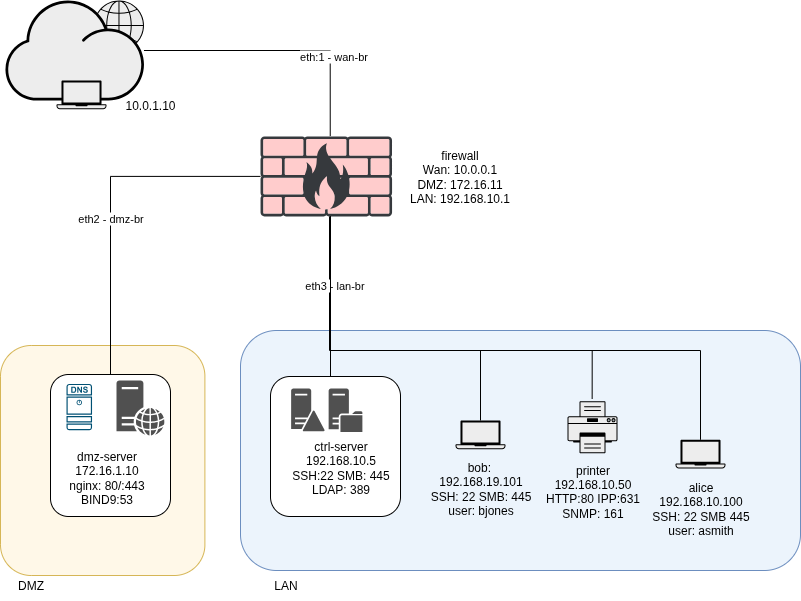
nsak-team/nsak keeps this draw.io diagram as docs/thesis/assets/diagrams/virtual-environments/virtual-environments.drawio.png. Above is the earlier version. Source tidied: cells renumbered, new cells last; positions are measured from the earlier drawing's top-left corner, leaving out a move shared by most shapes.
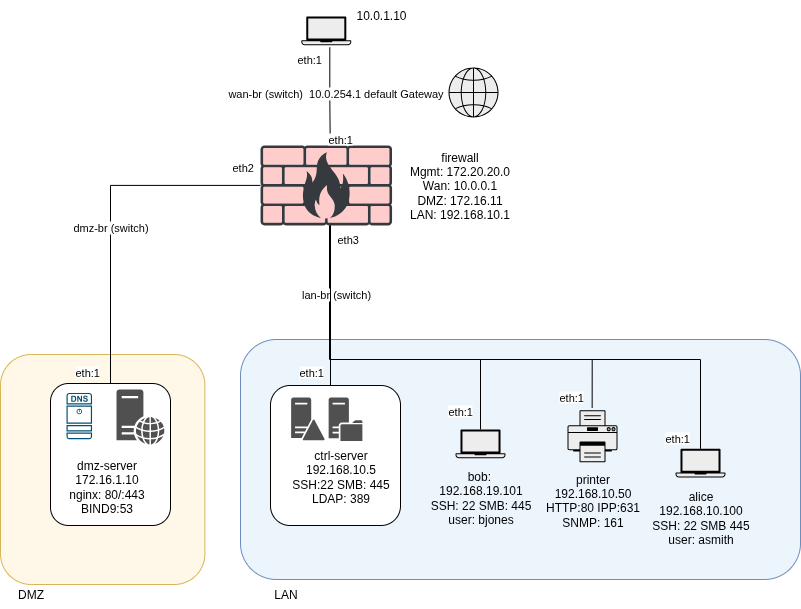
The same diagram one commit later.

The edit, as a diff of the source:
```diff
@@ -6,25 +6,22 @@
       <mxGeometry x="260" y="135.9" width="131.6" height="80" as="geometry" />
     </mxCell>
     <mxCell id="3" style="shape=mxgraph.networks2.icon;fillColor=#EDEDED;strokeColor=#000000;gradientColor=#5B6163;network2IconShadow=1;network2bgFillColor=none;labelPosition=center;verticalLabelPosition=bottom;align=center;verticalAlign=top;network2Icon=mxgraph.networks2.globe;network2IconW=1;network2IconH=1;" parent="1" vertex="1">
-      <mxGeometry x="93.5" width="50" height="50" as="geometry" />
+      <mxGeometry x="448" y="58" width="50" height="50" as="geometry" />
     </mxCell>
     <mxCell id="4" style="rounded=1;whiteSpace=wrap;html=1;fillColor=#FFF8E8;strokeColor=#d6b656;" parent="1" vertex="1">
       <mxGeometry y="345" width="204.4" height="230" as="geometry" />
     </mxCell>
-    <mxCell id="5" style="shape=mxgraph.networks2.icon;fillColor=#EDEDED;strokeColor=#000000;gradientColor=#5B6163;network2IconShadow=1;network2bgFillColor=none;labelPosition=center;verticalLabelPosition=bottom;align=center;verticalAlign=top;network2Icon=mxgraph.networks2.cloud;network2IconYOffset=-0.08;network2IconW=1.0004;network2IconH=0.7222;" parent="1" vertex="1">
-      <mxGeometry x="5" width="138.5" height="100" as="geometry" />
-    </mxCell>
     <mxCell id="6" style="shape=mxgraph.networks2.icon;fillColor=#EDEDED;strokeColor=#000000;gradientColor=#5B6163;network2IconShadow=1;network2bgFillColor=none;labelPosition=center;verticalLabelPosition=bottom;align=center;verticalAlign=top;network2Icon=mxgraph.networks2.laptop;network2IconW=1;network2IconH=0.5734;" parent="1" vertex="1">
-      <mxGeometry x="56" y="80" width="50" height="28.7" as="geometry" />
+      <mxGeometry x="300.8" y="7" width="50" height="28.7" as="geometry" />
     </mxCell>
     <mxCell id="7" style="rounded=1;whiteSpace=wrap;html=1;fillColor=#ECF4FC;strokeColor=#6c8ebf;" parent="1" vertex="1">
       <mxGeometry x="240" y="330" width="560" height="240" as="geometry" />
     </mxCell>
-    <mxCell id="8" value="&lt;div&gt;firewall&lt;/div&gt;Wan: 10.0.0.1&lt;div&gt;DMZ: 172.16.11&lt;/div&gt;&lt;div&gt;LAN: 192.168.10.1&lt;/div&gt;" style="text;html=1;align=center;verticalAlign=middle;whiteSpace=wrap;rounded=0;" parent="1" vertex="1">
+    <mxCell id="8" value="&lt;div&gt;firewall&lt;/div&gt;&lt;div&gt;Mgmt: 172.20.20.0&lt;/div&gt;Wan: 10.0.0.1&lt;div&gt;DMZ: 172.16.11&lt;/div&gt;&lt;div&gt;LAN: 192.168.10.1&lt;/div&gt;" style="text;html=1;align=center;verticalAlign=middle;whiteSpace=wrap;rounded=0;" parent="1" vertex="1">
       <mxGeometry x="389" y="137.9" width="141" height="75.9" as="geometry" />
     </mxCell>
     <mxCell id="9" value="10.0.1.10" style="text;html=1;align=center;verticalAlign=middle;whiteSpace=wrap;rounded=0;" parent="1" vertex="1">
-      <mxGeometry x="120" y="90" width="60" height="30" as="geometry" />
+      <mxGeometry x="350.8" y="-9" width="60" height="30" as="geometry" />
     </mxCell>
     <mxCell id="10" value="DMZ" style="text;html=1;align=center;verticalAlign=middle;strokeColor=none;fillColor=none;" parent="1" vertex="1">
       <mxGeometry x="5" y="570" width="50" height="30" as="geometry" />
@@ -99,7 +96,7 @@
     <mxCell id="29" style="edgeStyle=orthogonalEdgeStyle;rounded=0;jettySize=auto;html=1;endArrow=none;endFill=0;" parent="1" edge="1" source="2" target="22">
       <mxGeometry relative="1" as="geometry" />
     </mxCell>
-    <mxCell id="30" value="eth2 - dmz-br" style="edgeLabel;html=1;align=center;verticalAlign=middle;" parent="29" vertex="1">
+    <mxCell id="30" value="dmz-br (switch)" style="edgeLabel;html=1;align=center;verticalAlign=middle;" parent="29" vertex="1">
       <mxGeometry x="0.1" y="-1" relative="1" as="geometry" />
     </mxCell>
     <mxCell id="31" style="edgeStyle=orthogonalEdgeStyle;rounded=0;jettySize=auto;html=1;entryX=0.5;entryY=0;entryDx=0;entryDy=0;endArrow=none;endFill=0;" parent="1" edge="1" source="2" target="36">
@@ -109,14 +106,18 @@
         </Array>
       </mxGeometry>
     </mxCell>
-    <mxCell id="32" value="eth3 - lan-br" style="edgeLabel;html=1;align=center;verticalAlign=middle;" parent="31" vertex="1">
+    <mxCell id="32" value="&amp;nbsp;lan-br (switch)" style="edgeLabel;html=1;align=center;verticalAlign=middle;" parent="31" vertex="1">
       <mxGeometry x="-0.59" y="3" relative="1" as="geometry" />
     </mxCell>
-    <mxCell id="33" style="edgeStyle=orthogonalEdgeStyle;rounded=0;jettySize=auto;html=1;entryX=0.53;entryY=-0.004;entryDx=0;entryDy=0;entryPerimeter=0;endArrow=none;endFill=0;" parent="1" edge="1" source="5" target="2">
-      <mxGeometry relative="1" as="geometry" />
+    <mxCell id="33" style="edgeStyle=orthogonalEdgeStyle;rounded=0;jettySize=auto;html=1;entryX=0.53;entryY=-0.004;entryDx=0;entryDy=0;entryPerimeter=0;endArrow=none;endFill=0;" parent="1" edge="1" target="2">
+      <mxGeometry relative="1" as="geometry">
+        <mxPoint x="329.3" y="38" as="sourcePoint" />
+      </mxGeometry>
     </mxCell>
-    <mxCell id="34" value="eth:1 - wan-br" style="edgeLabel;html=1;align=center;verticalAlign=middle;" parent="33" vertex="1">
-      <mxGeometry x="0.41" y="3" relative="1" as="geometry" />
+    <mxCell id="34" value="wan-br (switch)&amp;nbsp; 10.0.254.1 default Gateway" style="edgeLabel;html=1;align=center;verticalAlign=middle;" parent="33" vertex="1">
+      <mxGeometry x="0.41" y="3" relative="1" as="geometry">
+        <mxPoint x="2" y="-23" as="offset" />
+      </mxGeometry>
     </mxCell>
     <mxCell id="35" style="group;" parent="1" vertex="1">
       <mxGeometry x="270" y="376" width="130" height="140" as="geometry" />
@@ -144,5 +145,32 @@
         </Array>
       </mxGeometry>
     </mxCell>
+    <mxCell id="42" value="&lt;span style=&quot;color: rgb(0, 0, 0); font-family: Helvetica; font-size: 11px; font-style: normal; font-variant-ligatures: normal; font-variant-caps: normal; font-weight: 400; letter-spacing: normal; orphans: 2; text-align: center; text-indent: 0px; text-transform: none; widows: 2; word-spacing: 0px; -webkit-text-stroke-width: 0px; white-space: nowrap; background-color: rgb(255, 255, 255); text-decoration-thickness: initial; text-decoration-style: initial; text-decoration-color: initial; display: inline !important; float: none;&quot;&gt;eth:1&lt;/span&gt;" style="text;whiteSpace=wrap;html=1;" parent="1" vertex="1">
+      <mxGeometry x="326" y="116" width="52" height="36" as="geometry" />
+    </mxCell>
+    <mxCell id="43" value="&lt;span style=&quot;color: rgb(0, 0, 0); font-family: Helvetica; font-size: 11px; font-style: normal; font-variant-ligatures: normal; font-variant-caps: normal; font-weight: 400; letter-spacing: normal; orphans: 2; text-align: center; text-indent: 0px; text-transform: none; widows: 2; word-spacing: 0px; -webkit-text-stroke-width: 0px; white-space: nowrap; background-color: rgb(255, 255, 255); text-decoration-thickness: initial; text-decoration-style: initial; text-decoration-color: initial; display: inline !important; float: none;&quot;&gt;eth2&lt;span&gt;&amp;nbsp;&lt;/span&gt;&lt;/span&gt;" style="text;whiteSpace=wrap;html=1;" parent="1" vertex="1">
+      <mxGeometry x="230" y="144" width="27" height="27" as="geometry" />
+    </mxCell>
+    <mxCell id="44" value="&lt;span style=&quot;color: rgb(0, 0, 0); font-family: Helvetica; font-size: 11px; font-style: normal; font-variant-ligatures: normal; font-variant-caps: normal; font-weight: 400; letter-spacing: normal; orphans: 2; text-align: center; text-indent: 0px; text-transform: none; widows: 2; word-spacing: 0px; -webkit-text-stroke-width: 0px; white-space: nowrap; background-color: rgb(255, 255, 255); text-decoration-thickness: initial; text-decoration-style: initial; text-decoration-color: initial; display: inline !important; float: none;&quot;&gt;eth3&lt;/span&gt;" style="text;whiteSpace=wrap;html=1;" parent="1" vertex="1">
+      <mxGeometry x="335" y="215.9" width="26" height="21" as="geometry" />
+    </mxCell>
+    <mxCell id="45" value="&lt;span style=&quot;color: rgb(0, 0, 0); font-family: Helvetica; font-size: 11px; font-style: normal; font-variant-ligatures: normal; font-variant-caps: normal; font-weight: 400; letter-spacing: normal; orphans: 2; text-align: center; text-indent: 0px; text-transform: none; widows: 2; word-spacing: 0px; -webkit-text-stroke-width: 0px; white-space: nowrap; background-color: rgb(255, 255, 255); text-decoration-thickness: initial; text-decoration-style: initial; text-decoration-color: initial; display: inline !important; float: none;&quot;&gt;eth:1&lt;/span&gt;" style="text;whiteSpace=wrap;html=1;" parent="1" vertex="1">
+      <mxGeometry x="295" y="35.7" width="34" height="22" as="geometry" />
+    </mxCell>
+    <mxCell id="46" value="&lt;span style=&quot;color: rgb(0, 0, 0); font-family: Helvetica; font-size: 11px; font-style: normal; font-variant-ligatures: normal; font-variant-caps: normal; font-weight: 400; letter-spacing: normal; orphans: 2; text-align: center; text-indent: 0px; text-transform: none; widows: 2; word-spacing: 0px; -webkit-text-stroke-width: 0px; white-space: nowrap; background-color: rgb(255, 255, 255); text-decoration-thickness: initial; text-decoration-style: initial; text-decoration-color: initial; display: inline !important; float: none;&quot;&gt;eth:1&lt;/span&gt;" style="text;whiteSpace=wrap;html=1;" parent="1" vertex="1">
+      <mxGeometry x="297" y="349" width="34" height="22" as="geometry" />
+    </mxCell>
+    <mxCell id="47" value="&lt;span style=&quot;color: rgb(0, 0, 0); font-family: Helvetica; font-size: 11px; font-style: normal; font-variant-ligatures: normal; font-variant-caps: normal; font-weight: 400; letter-spacing: normal; orphans: 2; text-align: center; text-indent: 0px; text-transform: none; widows: 2; word-spacing: 0px; -webkit-text-stroke-width: 0px; white-space: nowrap; background-color: rgb(255, 255, 255); text-decoration-thickness: initial; text-decoration-style: initial; text-decoration-color: initial; display: inline !important; float: none;&quot;&gt;eth:1&lt;/span&gt;" style="text;whiteSpace=wrap;html=1;" parent="1" vertex="1">
+      <mxGeometry x="446" y="388" width="34" height="22" as="geometry" />
+    </mxCell>
+    <mxCell id="48" value="&lt;span style=&quot;color: rgb(0, 0, 0); font-family: Helvetica; font-size: 11px; font-style: normal; font-variant-ligatures: normal; font-variant-caps: normal; font-weight: 400; letter-spacing: normal; orphans: 2; text-align: center; text-indent: 0px; text-transform: none; widows: 2; word-spacing: 0px; -webkit-text-stroke-width: 0px; white-space: nowrap; background-color: rgb(255, 255, 255); text-decoration-thickness: initial; text-decoration-style: initial; text-decoration-color: initial; display: inline !important; float: none;&quot;&gt;eth:1&lt;/span&gt;" style="text;whiteSpace=wrap;html=1;" parent="1" vertex="1">
+      <mxGeometry x="557" y="374" width="34" height="22" as="geometry" />
+    </mxCell>
+    <mxCell id="49" value="&lt;span style=&quot;color: rgb(0, 0, 0); font-family: Helvetica; font-size: 11px; font-style: normal; font-variant-ligatures: normal; font-variant-caps: normal; font-weight: 400; letter-spacing: normal; orphans: 2; text-align: center; text-indent: 0px; text-transform: none; widows: 2; word-spacing: 0px; -webkit-text-stroke-width: 0px; white-space: nowrap; background-color: rgb(255, 255, 255); text-decoration-thickness: initial; text-decoration-style: initial; text-decoration-color: initial; display: inline !important; float: none;&quot;&gt;eth:1&lt;/span&gt;" style="text;whiteSpace=wrap;html=1;" parent="1" vertex="1">
+      <mxGeometry x="663" y="415" width="34" height="22" as="geometry" />
+    </mxCell>
+    <mxCell id="50" value="&lt;span style=&quot;color: rgb(0, 0, 0); font-family: Helvetica; font-size: 11px; font-style: normal; font-variant-ligatures: normal; font-variant-caps: normal; font-weight: 400; letter-spacing: normal; orphans: 2; text-align: center; text-indent: 0px; text-transform: none; widows: 2; word-spacing: 0px; -webkit-text-stroke-width: 0px; white-space: nowrap; background-color: rgb(255, 255, 255); text-decoration-thickness: initial; text-decoration-style: initial; text-decoration-color: initial; display: inline !important; float: none;&quot;&gt;eth:1&lt;/span&gt;" style="text;whiteSpace=wrap;html=1;" parent="1" vertex="1">
+      <mxGeometry x="73" y="349" width="34" height="22" as="geometry" />
+    </mxCell>
   </root>
 </mxGraphModel>
```
